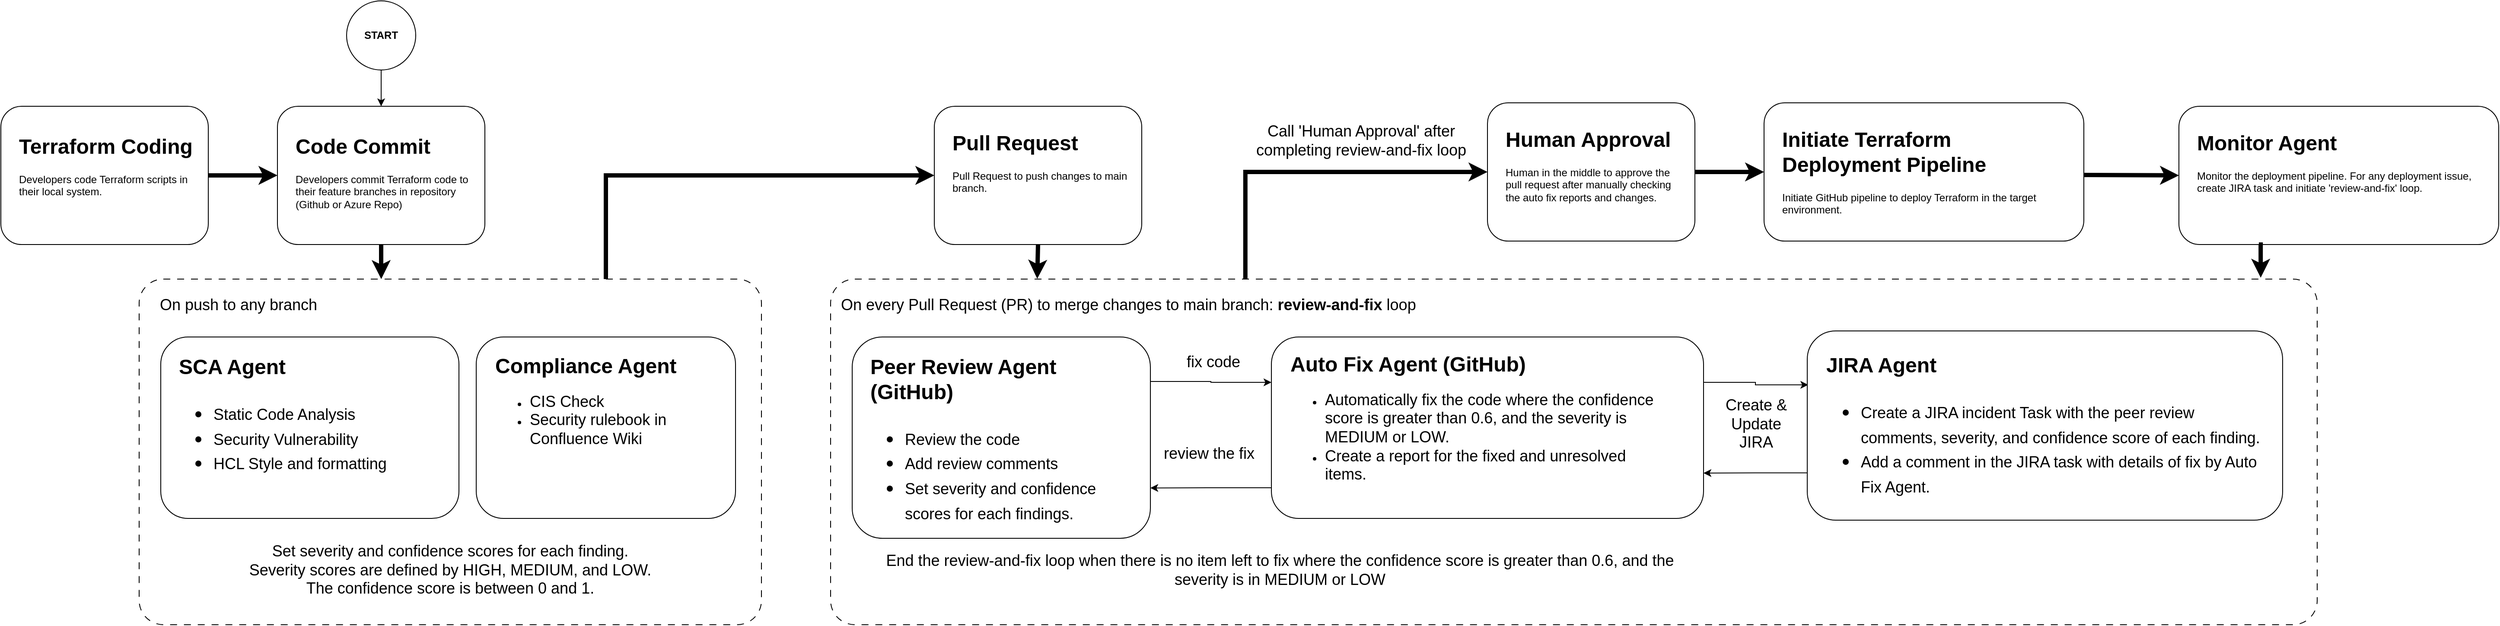
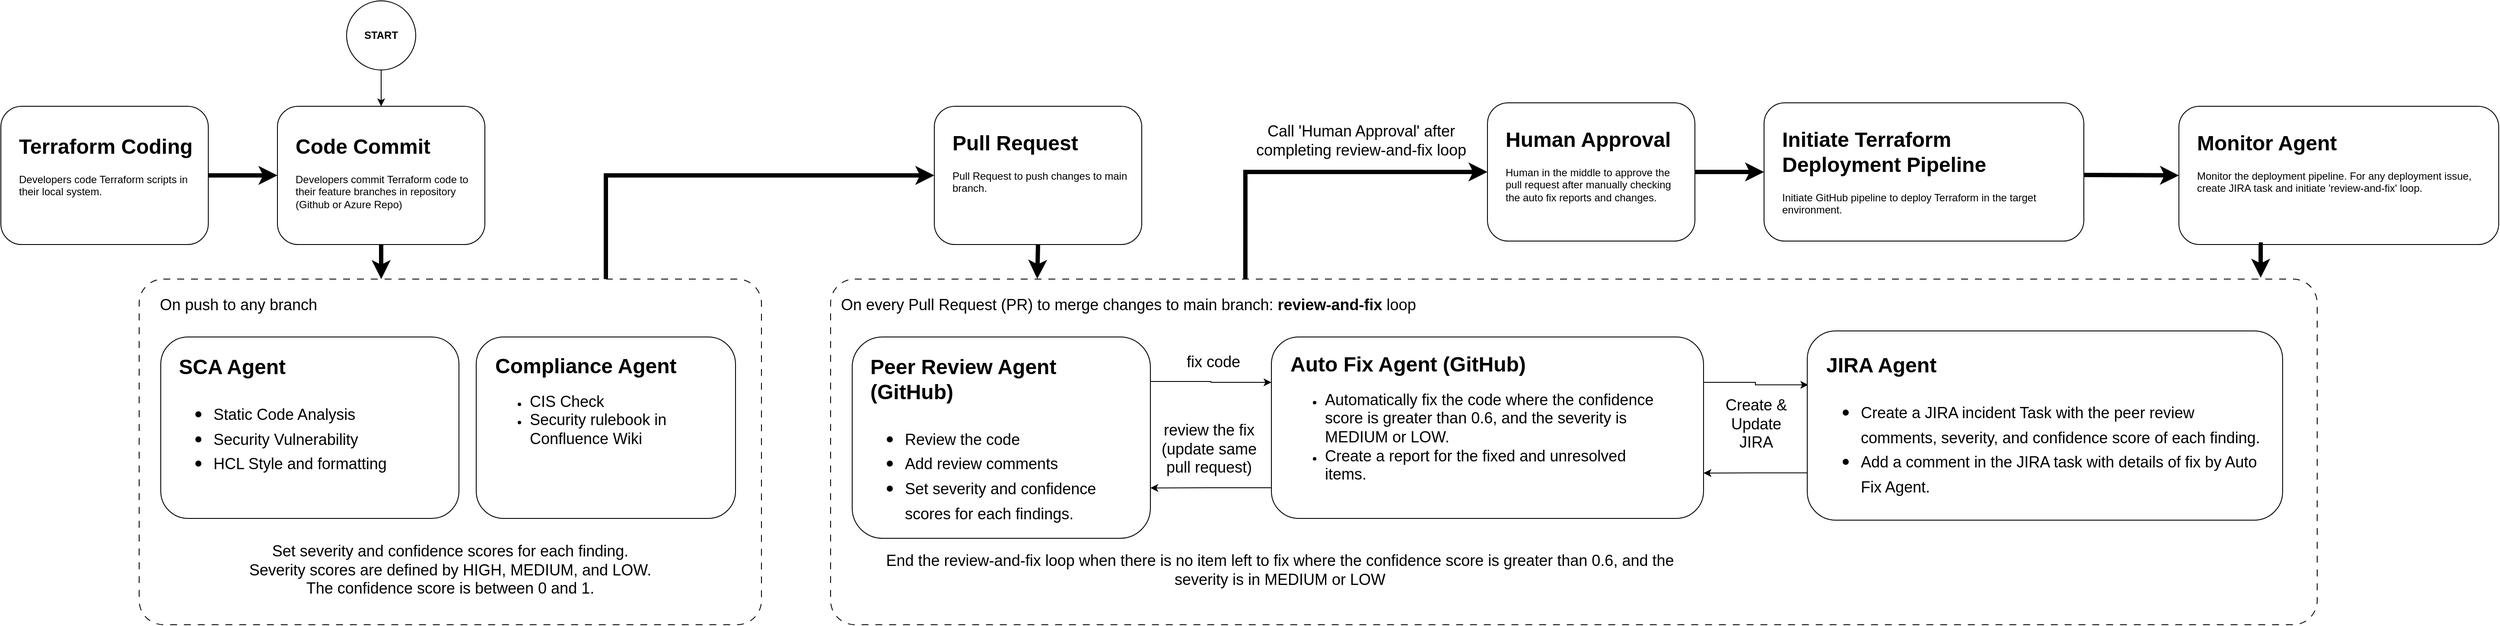
<mxfile host="app.diagrams.net">
  <diagram name="Page-1" id="llQ14HlxIDWXj9B5HY60">
    <mxGraphModel dx="1006" dy="638" grid="1" gridSize="10" guides="1" tooltips="1" connect="1" arrows="1" fold="1" page="1" pageScale="1" pageWidth="850" pageHeight="1100" math="0" shadow="0">
      <root>
        <mxCell id="0" />
        <mxCell id="1" parent="0" />
        <mxCell id="IWc9zJM8tDhvkjJ2dRjy-13" edge="1" parent="1" source="IWc9zJM8tDhvkjJ2dRjy-5" style="edgeStyle=orthogonalEdgeStyle;rounded=0;orthogonalLoop=1;jettySize=auto;html=1;entryX=0;entryY=0.5;entryDx=0;entryDy=0;exitX=0.75;exitY=0;exitDx=0;exitDy=0;strokeWidth=5;" target="IWc9zJM8tDhvkjJ2dRjy-1">
          <mxGeometry relative="1" as="geometry" />
        </mxCell>
        <mxCell id="oJW8UGhNAXkty13G2p3x-1" parent="1" style="rounded=1;whiteSpace=wrap;html=1;" value="" vertex="1">
          <mxGeometry height="160" width="240" x="440" y="200" as="geometry" />
        </mxCell>
        <mxCell id="oJW8UGhNAXkty13G2p3x-3" parent="1" style="text;html=1;whiteSpace=wrap;overflow=hidden;rounded=0;" value="&lt;h1 style=&quot;margin-top: 0px;&quot;&gt;Code Commit&lt;/h1&gt;&lt;p&gt;Developers commit Terraform code to their feature branches in repository (Github or Azure Repo)&lt;/p&gt;" vertex="1">
          <mxGeometry height="100" width="210" x="459" y="226" as="geometry" />
        </mxCell>
        <mxCell id="IWc9zJM8tDhvkjJ2dRjy-35" edge="1" parent="1" source="IWc9zJM8tDhvkjJ2dRjy-14" style="edgeStyle=orthogonalEdgeStyle;rounded=0;orthogonalLoop=1;jettySize=auto;html=1;entryX=0;entryY=0.5;entryDx=0;entryDy=0;exitX=0.279;exitY=0.025;exitDx=0;exitDy=0;exitPerimeter=0;strokeWidth=5;" target="IWc9zJM8tDhvkjJ2dRjy-33">
          <mxGeometry relative="1" as="geometry">
            <Array as="points">
              <mxPoint x="1560" y="276" />
            </Array>
          </mxGeometry>
        </mxCell>
        <mxCell id="IWc9zJM8tDhvkjJ2dRjy-1" parent="1" style="rounded=1;whiteSpace=wrap;html=1;" value="" vertex="1">
          <mxGeometry height="160" width="240" x="1200" y="200" as="geometry" />
        </mxCell>
        <mxCell id="IWc9zJM8tDhvkjJ2dRjy-2" parent="1" style="text;html=1;whiteSpace=wrap;overflow=hidden;rounded=0;" value="&lt;h1 style=&quot;margin-top: 0px;&quot;&gt;Pull Request&lt;/h1&gt;&lt;p&gt;Pull Request to push changes to main branch.&lt;/p&gt;" vertex="1">
          <mxGeometry height="100" width="210" x="1219" y="222" as="geometry" />
        </mxCell>
        <mxCell id="IWc9zJM8tDhvkjJ2dRjy-12" edge="1" parent="1" source="IWc9zJM8tDhvkjJ2dRjy-3" style="edgeStyle=orthogonalEdgeStyle;rounded=0;orthogonalLoop=1;jettySize=auto;html=1;exitX=1;exitY=0.5;exitDx=0;exitDy=0;entryX=0;entryY=0.5;entryDx=0;entryDy=0;strokeWidth=5;" target="oJW8UGhNAXkty13G2p3x-1">
          <mxGeometry relative="1" as="geometry" />
        </mxCell>
        <mxCell id="IWc9zJM8tDhvkjJ2dRjy-3" parent="1" style="rounded=1;whiteSpace=wrap;html=1;" value="" vertex="1">
          <mxGeometry height="160" width="240" x="120" y="200" as="geometry" />
        </mxCell>
        <mxCell id="IWc9zJM8tDhvkjJ2dRjy-4" parent="1" style="text;html=1;whiteSpace=wrap;overflow=hidden;rounded=0;" value="&lt;h1 style=&quot;margin-top: 0px;&quot;&gt;Terraform Coding&lt;/h1&gt;&lt;p&gt;Developers code Terraform scripts in their local system.&lt;/p&gt;" vertex="1">
          <mxGeometry height="100" width="210" x="139" y="226" as="geometry" />
        </mxCell>
        <mxCell id="IWc9zJM8tDhvkjJ2dRjy-5" parent="1" style="rounded=1;whiteSpace=wrap;html=1;arcSize=7;dashed=1;dashPattern=8 8;" value="" vertex="1">
          <mxGeometry height="400" width="720" x="280" y="400" as="geometry" />
        </mxCell>
        <mxCell id="IWc9zJM8tDhvkjJ2dRjy-6" parent="1" style="text;html=1;whiteSpace=wrap;strokeColor=none;fillColor=none;align=center;verticalAlign=middle;rounded=0;" value="&lt;font style=&quot;font-size: 18px;&quot;&gt;On push to any branch&lt;/font&gt;" vertex="1">
          <mxGeometry height="30" width="210" x="290" y="415" as="geometry" />
        </mxCell>
        <mxCell id="IWc9zJM8tDhvkjJ2dRjy-7" parent="1" style="rounded=1;whiteSpace=wrap;html=1;" value="" vertex="1">
          <mxGeometry height="210" width="345" x="305" y="467" as="geometry" />
        </mxCell>
        <mxCell id="IWc9zJM8tDhvkjJ2dRjy-8" parent="1" style="text;html=1;whiteSpace=wrap;overflow=hidden;rounded=0;" value="&lt;h1 style=&quot;margin-top: 0px;&quot;&gt;SCA Agent&lt;/h1&gt;&lt;h1 style=&quot;margin-top: 0px;&quot;&gt;&lt;p style=&quot;font-size: 12px; font-weight: 400;&quot;&gt;&lt;/p&gt;&lt;ul&gt;&lt;li&gt;&lt;span style=&quot;font-size: 18px; font-weight: normal;&quot;&gt;Static Code Analysis&lt;/span&gt;&lt;/li&gt;&lt;li&gt;&lt;span style=&quot;font-size: 18px; font-weight: normal;&quot;&gt;Security Vulnerability&lt;/span&gt;&lt;/li&gt;&lt;li&gt;&lt;span style=&quot;font-size: 18px; font-weight: normal;&quot;&gt;HCL Style and formatting&lt;/span&gt;&lt;/li&gt;&lt;/ul&gt;&lt;p&gt;&lt;/p&gt;&lt;/h1&gt;" vertex="1">
          <mxGeometry height="183" width="306" x="324" y="481" as="geometry" />
        </mxCell>
        <mxCell id="IWc9zJM8tDhvkjJ2dRjy-9" parent="1" style="rounded=1;whiteSpace=wrap;html=1;" value="" vertex="1">
          <mxGeometry height="210" width="300" x="670" y="467" as="geometry" />
        </mxCell>
        <mxCell id="IWc9zJM8tDhvkjJ2dRjy-10" parent="1" style="text;html=1;whiteSpace=wrap;overflow=hidden;rounded=0;" value="&lt;h1 style=&quot;margin-top: 0px;&quot;&gt;Compliance Agent&lt;/h1&gt;&lt;p&gt;&lt;/p&gt;&lt;ul&gt;&lt;li&gt;&lt;span style=&quot;font-size: 18px;&quot;&gt;CIS Check&lt;/span&gt;&lt;/li&gt;&lt;li&gt;&lt;span style=&quot;font-size: 18px;&quot;&gt;Security rulebook in Confluence Wiki&lt;/span&gt;&lt;/li&gt;&lt;/ul&gt;&lt;p&gt;&lt;/p&gt;" vertex="1">
          <mxGeometry height="180" width="269" x="690" y="480" as="geometry" />
        </mxCell>
        <mxCell id="IWc9zJM8tDhvkjJ2dRjy-11" edge="1" parent="1" source="oJW8UGhNAXkty13G2p3x-1" style="edgeStyle=orthogonalEdgeStyle;rounded=0;orthogonalLoop=1;jettySize=auto;html=1;exitX=0.5;exitY=1;exitDx=0;exitDy=0;entryX=0.389;entryY=0;entryDx=0;entryDy=0;entryPerimeter=0;strokeWidth=5;" target="IWc9zJM8tDhvkjJ2dRjy-5">
          <mxGeometry relative="1" as="geometry" />
        </mxCell>
        <mxCell id="IWc9zJM8tDhvkjJ2dRjy-14" parent="1" style="rounded=1;whiteSpace=wrap;html=1;arcSize=7;dashed=1;dashPattern=8 8;" value="" vertex="1">
          <mxGeometry height="400" width="1720" x="1080" y="400" as="geometry" />
        </mxCell>
        <mxCell id="IWc9zJM8tDhvkjJ2dRjy-15" parent="1" style="text;html=1;whiteSpace=wrap;strokeColor=none;fillColor=none;align=left;verticalAlign=middle;rounded=0;" value="&lt;font style=&quot;font-size: 18px;&quot;&gt;On every Pull Request (PR) to merge changes to main branch: &lt;b&gt;review-and-fix &lt;/b&gt;loop&lt;/font&gt;" vertex="1">
          <mxGeometry height="30" width="740" x="1090" y="415" as="geometry" />
        </mxCell>
        <mxCell id="IWc9zJM8tDhvkjJ2dRjy-22" edge="1" parent="1" source="IWc9zJM8tDhvkjJ2dRjy-16" style="edgeStyle=orthogonalEdgeStyle;rounded=0;orthogonalLoop=1;jettySize=auto;html=1;exitX=1;exitY=0.221;exitDx=0;exitDy=0;entryX=0;entryY=0.25;entryDx=0;entryDy=0;exitPerimeter=0;" target="IWc9zJM8tDhvkjJ2dRjy-18">
          <mxGeometry relative="1" as="geometry" />
        </mxCell>
        <mxCell id="IWc9zJM8tDhvkjJ2dRjy-16" parent="1" style="rounded=1;whiteSpace=wrap;html=1;" value="" vertex="1">
          <mxGeometry height="233" width="345" x="1105" y="467" as="geometry" />
        </mxCell>
        <mxCell id="IWc9zJM8tDhvkjJ2dRjy-17" parent="1" style="text;html=1;whiteSpace=wrap;overflow=hidden;rounded=0;" value="&lt;h1 style=&quot;margin-top: 0px;&quot;&gt;Peer Review Agent (GitHub)&lt;/h1&gt;&lt;h1 style=&quot;margin-top: 0px;&quot;&gt;&lt;p style=&quot;font-size: 12px; font-weight: 400;&quot;&gt;&lt;/p&gt;&lt;ul&gt;&lt;li&gt;&lt;span style=&quot;font-size: 18px; font-weight: 400;&quot;&gt;Review the code&lt;/span&gt;&lt;/li&gt;&lt;li&gt;&lt;span style=&quot;font-size: 18px; font-weight: 400;&quot;&gt;Add review comments&lt;/span&gt;&lt;/li&gt;&lt;li&gt;&lt;span style=&quot;font-size: 18px; font-weight: 400;&quot;&gt;Set severity and confidence scores for each findings.&lt;/span&gt;&lt;/li&gt;&lt;/ul&gt;&lt;p&gt;&lt;/p&gt;&lt;/h1&gt;" vertex="1">
          <mxGeometry height="209" width="306" x="1124" y="481" as="geometry" />
        </mxCell>
        <mxCell id="IWc9zJM8tDhvkjJ2dRjy-23" edge="1" parent="1" source="IWc9zJM8tDhvkjJ2dRjy-18" style="edgeStyle=orthogonalEdgeStyle;rounded=0;orthogonalLoop=1;jettySize=auto;html=1;exitX=0;exitY=0.831;exitDx=0;exitDy=0;entryX=1;entryY=0.75;entryDx=0;entryDy=0;exitPerimeter=0;" target="IWc9zJM8tDhvkjJ2dRjy-16">
          <mxGeometry relative="1" as="geometry" />
        </mxCell>
        <mxCell id="IWc9zJM8tDhvkjJ2dRjy-31" edge="1" parent="1" source="IWc9zJM8tDhvkjJ2dRjy-18" style="edgeStyle=orthogonalEdgeStyle;rounded=0;orthogonalLoop=1;jettySize=auto;html=1;exitX=1;exitY=0.25;exitDx=0;exitDy=0;entryX=0.002;entryY=0.285;entryDx=0;entryDy=0;entryPerimeter=0;" target="IWc9zJM8tDhvkjJ2dRjy-27">
          <mxGeometry relative="1" as="geometry" />
        </mxCell>
        <mxCell id="IWc9zJM8tDhvkjJ2dRjy-18" parent="1" style="rounded=1;whiteSpace=wrap;html=1;" value="" vertex="1">
          <mxGeometry height="210" width="500" x="1590" y="467" as="geometry" />
        </mxCell>
        <mxCell id="IWc9zJM8tDhvkjJ2dRjy-19" parent="1" style="text;html=1;whiteSpace=wrap;overflow=hidden;rounded=0;" value="&lt;h1 style=&quot;margin-top: 0px;&quot;&gt;Auto Fix Agent (GitHub)&lt;/h1&gt;&lt;p&gt;&lt;/p&gt;&lt;ul&gt;&lt;li&gt;&lt;span style=&quot;font-size: 18px;&quot;&gt;Automatically fix the code where the confidence score is greater than 0.6, and the severity is MEDIUM or LOW.&amp;nbsp;&lt;/span&gt;&lt;/li&gt;&lt;li&gt;&lt;span style=&quot;font-size: 18px;&quot;&gt;Create a report for the fixed and unresolved items.&lt;/span&gt;&lt;/li&gt;&lt;/ul&gt;&lt;p&gt;&lt;/p&gt;" vertex="1">
          <mxGeometry height="192" width="440" x="1610" y="478" as="geometry" />
        </mxCell>
        <mxCell id="IWc9zJM8tDhvkjJ2dRjy-20" parent="1" style="text;whiteSpace=wrap;fontSize=18;align=center;" value="Set severity and confidence scores for each finding.&#xa;Severity scores are defined by HIGH, MEDIUM, and LOW.&#xa;The confidence score is between 0 and 1." vertex="1">
          <mxGeometry height="77" width="640" x="320" y="698" as="geometry" />
        </mxCell>
        <mxCell id="IWc9zJM8tDhvkjJ2dRjy-21" edge="1" parent="1" source="IWc9zJM8tDhvkjJ2dRjy-1" style="edgeStyle=orthogonalEdgeStyle;rounded=0;orthogonalLoop=1;jettySize=auto;html=1;exitX=0.5;exitY=1;exitDx=0;exitDy=0;entryX=0.139;entryY=-0.001;entryDx=0;entryDy=0;entryPerimeter=0;strokeWidth=5;" target="IWc9zJM8tDhvkjJ2dRjy-14">
          <mxGeometry relative="1" as="geometry" />
        </mxCell>
        <mxCell id="IWc9zJM8tDhvkjJ2dRjy-24" parent="1" style="text;html=1;whiteSpace=wrap;strokeColor=none;fillColor=none;align=center;verticalAlign=middle;rounded=0;" value="&lt;font style=&quot;font-size: 18px;&quot;&gt;fix code&lt;/font&gt;" vertex="1">
          <mxGeometry height="30" width="82" x="1482" y="481" as="geometry" />
        </mxCell>
-         <mxCell id="IWc9zJM8tDhvkjJ2dRjy-25" parent="1" style="text;html=1;whiteSpace=wrap;strokeColor=none;fillColor=none;align=center;verticalAlign=middle;rounded=0;" value="&lt;font style=&quot;font-size: 18px;&quot;&gt;review the fix&lt;/font&gt;" vertex="1">
-           <mxGeometry height="30" width="120" x="1458" y="587" as="geometry" />
+         <mxCell id="IWc9zJM8tDhvkjJ2dRjy-25" parent="1" style="text;html=1;whiteSpace=wrap;strokeColor=none;fillColor=none;align=center;verticalAlign=middle;rounded=0;" value="&lt;font style=&quot;font-size: 18px;&quot;&gt;review the fix (update same pull request)&lt;/font&gt;" vertex="1">
+           <mxGeometry height="67" width="120" x="1458" y="563" as="geometry" />
        </mxCell>
        <mxCell id="IWc9zJM8tDhvkjJ2dRjy-26" parent="1" style="text;html=1;whiteSpace=wrap;strokeColor=none;fillColor=none;align=center;verticalAlign=middle;rounded=0;" value="&lt;font style=&quot;font-size: 18px;&quot;&gt;End the review-and-fix loop when there is no item left to fix where the confidence score is greater than 0.6, and the severity is in MEDIUM or LOW&lt;/font&gt;" vertex="1">
          <mxGeometry height="50" width="980" x="1110" y="711.5" as="geometry" />
        </mxCell>
        <mxCell id="IWc9zJM8tDhvkjJ2dRjy-30" edge="1" parent="1" source="IWc9zJM8tDhvkjJ2dRjy-27" style="edgeStyle=orthogonalEdgeStyle;rounded=0;orthogonalLoop=1;jettySize=auto;html=1;exitX=0;exitY=0.75;exitDx=0;exitDy=0;entryX=1;entryY=0.75;entryDx=0;entryDy=0;" target="IWc9zJM8tDhvkjJ2dRjy-18">
          <mxGeometry relative="1" as="geometry" />
        </mxCell>
        <mxCell id="IWc9zJM8tDhvkjJ2dRjy-27" parent="1" style="rounded=1;whiteSpace=wrap;html=1;" value="" vertex="1">
          <mxGeometry height="219" width="550" x="2210" y="460" as="geometry" />
        </mxCell>
        <mxCell id="IWc9zJM8tDhvkjJ2dRjy-28" parent="1" style="text;html=1;whiteSpace=wrap;overflow=hidden;rounded=0;" value="&lt;h1 style=&quot;margin-top: 0px;&quot;&gt;JIRA Agent&lt;/h1&gt;&lt;h1 style=&quot;margin-top: 0px;&quot;&gt;&lt;p style=&quot;font-size: 12px; font-weight: 400;&quot;&gt;&lt;/p&gt;&lt;ul&gt;&lt;li&gt;&lt;span style=&quot;font-size: 18px; font-weight: 400;&quot;&gt;Create a JIRA incident Task with the peer review comments, severity, and confidence score of each finding.&lt;/span&gt;&lt;/li&gt;&lt;li&gt;&lt;span style=&quot;font-size: 18px; font-weight: 400;&quot;&gt;Add a comment in the JIRA task with details of fix by Auto Fix Agent.&lt;/span&gt;&lt;/li&gt;&lt;/ul&gt;&lt;p&gt;&lt;/p&gt;&lt;/h1&gt;" vertex="1">
          <mxGeometry height="191" width="510" x="2230" y="479" as="geometry" />
        </mxCell>
        <mxCell id="IWc9zJM8tDhvkjJ2dRjy-32" parent="1" style="text;html=1;whiteSpace=wrap;strokeColor=none;fillColor=none;align=center;verticalAlign=middle;rounded=0;" value="&lt;font style=&quot;font-size: 18px;&quot;&gt;Create &amp;amp; Update JIRA&lt;/font&gt;" vertex="1">
          <mxGeometry height="57.5" width="102" x="2100" y="539" as="geometry" />
        </mxCell>
        <mxCell id="IWc9zJM8tDhvkjJ2dRjy-39" edge="1" parent="1" source="IWc9zJM8tDhvkjJ2dRjy-33" style="edgeStyle=orthogonalEdgeStyle;rounded=0;orthogonalLoop=1;jettySize=auto;html=1;exitX=1;exitY=0.5;exitDx=0;exitDy=0;entryX=0;entryY=0.5;entryDx=0;entryDy=0;strokeWidth=5;" target="IWc9zJM8tDhvkjJ2dRjy-37">
          <mxGeometry relative="1" as="geometry" />
        </mxCell>
        <mxCell id="IWc9zJM8tDhvkjJ2dRjy-33" parent="1" style="rounded=1;whiteSpace=wrap;html=1;" value="" vertex="1">
          <mxGeometry height="160" width="240" x="1840" y="196" as="geometry" />
        </mxCell>
        <mxCell id="IWc9zJM8tDhvkjJ2dRjy-34" parent="1" style="text;html=1;whiteSpace=wrap;overflow=hidden;rounded=0;" value="&lt;h1 style=&quot;margin-top: 0px;&quot;&gt;Human Approval&lt;/h1&gt;&lt;p&gt;Human in the middle to approve the pull request after manually checking the auto fix reports and changes.&amp;nbsp;&lt;/p&gt;" vertex="1">
          <mxGeometry height="100" width="210" x="1859" y="218" as="geometry" />
        </mxCell>
        <mxCell id="IWc9zJM8tDhvkjJ2dRjy-36" parent="1" style="text;html=1;whiteSpace=wrap;strokeColor=none;fillColor=none;align=center;verticalAlign=middle;rounded=0;" value="&lt;font style=&quot;font-size: 18px;&quot;&gt;Call &#39;Human Approval&#39; after completing review-and-fix loop&lt;/font&gt;" vertex="1">
          <mxGeometry height="60" width="248" x="1570" y="210" as="geometry" />
        </mxCell>
        <mxCell id="IWc9zJM8tDhvkjJ2dRjy-37" parent="1" style="rounded=1;whiteSpace=wrap;html=1;" value="" vertex="1">
          <mxGeometry height="160" width="370" x="2160" y="196" as="geometry" />
        </mxCell>
        <mxCell id="IWc9zJM8tDhvkjJ2dRjy-38" parent="1" style="text;html=1;whiteSpace=wrap;overflow=hidden;rounded=0;" value="&lt;h1 style=&quot;margin-top: 0px;&quot;&gt;Initiate Terraform Deployment Pipeline&lt;/h1&gt;&lt;p&gt;Initiate GitHub pipeline to deploy Terraform in the target environment.&amp;nbsp;&amp;nbsp;&lt;/p&gt;" vertex="1">
          <mxGeometry height="112" width="341" x="2179" y="218" as="geometry" />
        </mxCell>
        <mxCell id="IWc9zJM8tDhvkjJ2dRjy-41" edge="1" parent="1" source="IWc9zJM8tDhvkjJ2dRjy-40" style="edgeStyle=orthogonalEdgeStyle;rounded=0;orthogonalLoop=1;jettySize=auto;html=1;exitX=0.5;exitY=1;exitDx=0;exitDy=0;entryX=0.5;entryY=0;entryDx=0;entryDy=0;" target="oJW8UGhNAXkty13G2p3x-1">
          <mxGeometry relative="1" as="geometry" />
        </mxCell>
        <mxCell id="IWc9zJM8tDhvkjJ2dRjy-40" parent="1" style="ellipse;whiteSpace=wrap;html=1;aspect=fixed;fontStyle=1" value="START" vertex="1">
          <mxGeometry height="80" width="80" x="520" y="78" as="geometry" />
        </mxCell>
        <mxCell id="IWc9zJM8tDhvkjJ2dRjy-42" parent="1" style="rounded=1;whiteSpace=wrap;html=1;" value="" vertex="1">
          <mxGeometry height="160" width="370" x="2640" y="200" as="geometry" />
        </mxCell>
        <mxCell id="IWc9zJM8tDhvkjJ2dRjy-43" parent="1" style="text;html=1;whiteSpace=wrap;overflow=hidden;rounded=0;" value="&lt;h1 style=&quot;margin-top: 0px;&quot;&gt;Monitor Agent&lt;/h1&gt;&lt;p&gt;Monitor the deployment pipeline.&amp;nbsp;&lt;span style=&quot;background-color: transparent; color: light-dark(rgb(0, 0, 0), rgb(255, 255, 255));&quot;&gt;F&lt;/span&gt;&lt;span style=&quot;background-color: transparent; color: light-dark(rgb(0, 0, 0), rgb(255, 255, 255));&quot;&gt;or any deployment issue, create JIRA task and initiate &#39;review-and-fix&#39; loop.&lt;/span&gt;&lt;/p&gt;" vertex="1">
          <mxGeometry height="112" width="341" x="2659" y="222" as="geometry" />
        </mxCell>
        <mxCell id="IWc9zJM8tDhvkjJ2dRjy-44" edge="1" parent="1" style="edgeStyle=orthogonalEdgeStyle;rounded=0;orthogonalLoop=1;jettySize=auto;html=1;exitX=1;exitY=0.5;exitDx=0;exitDy=0;entryX=0;entryY=0.5;entryDx=0;entryDy=0;strokeWidth=5;" target="IWc9zJM8tDhvkjJ2dRjy-42">
          <mxGeometry relative="1" as="geometry">
            <mxPoint x="2530" y="279.5" as="sourcePoint" />
            <mxPoint x="2610" y="279.5" as="targetPoint" />
          </mxGeometry>
        </mxCell>
        <mxCell id="IWc9zJM8tDhvkjJ2dRjy-45" edge="1" parent="1" source="IWc9zJM8tDhvkjJ2dRjy-42" style="edgeStyle=orthogonalEdgeStyle;rounded=0;orthogonalLoop=1;jettySize=auto;html=1;exitX=0.25;exitY=1;exitDx=0;exitDy=0;entryX=0.962;entryY=-0.004;entryDx=0;entryDy=0;entryPerimeter=0;strokeWidth=5;" target="IWc9zJM8tDhvkjJ2dRjy-14">
          <mxGeometry relative="1" as="geometry" />
        </mxCell>
      </root>
    </mxGraphModel>
  </diagram>
</mxfile>
